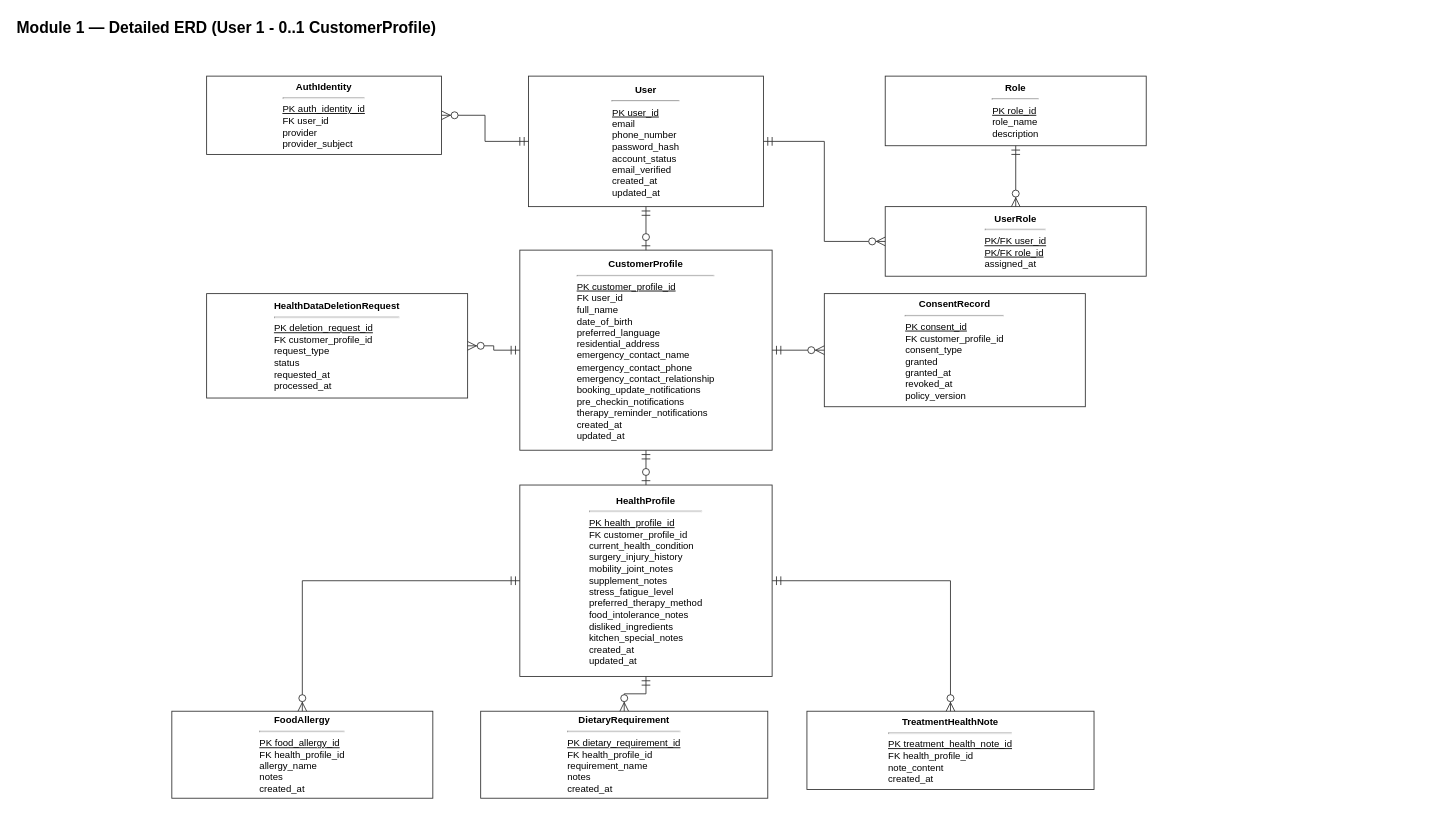
The draw.io diagram 03_Design/Diagrams/03_Data_Model/M1_ERD.drawio in DZB1509/HSWRMS, before the edit. Source tidied: cells renumbered, new cells numbered last; positions are measured from the earlier drawing's top-left corner, leaving out a move shared by most shapes. Both pictures are drawn from the tidied source at 87%, with x=0, y=0 at pixel (15, 15).
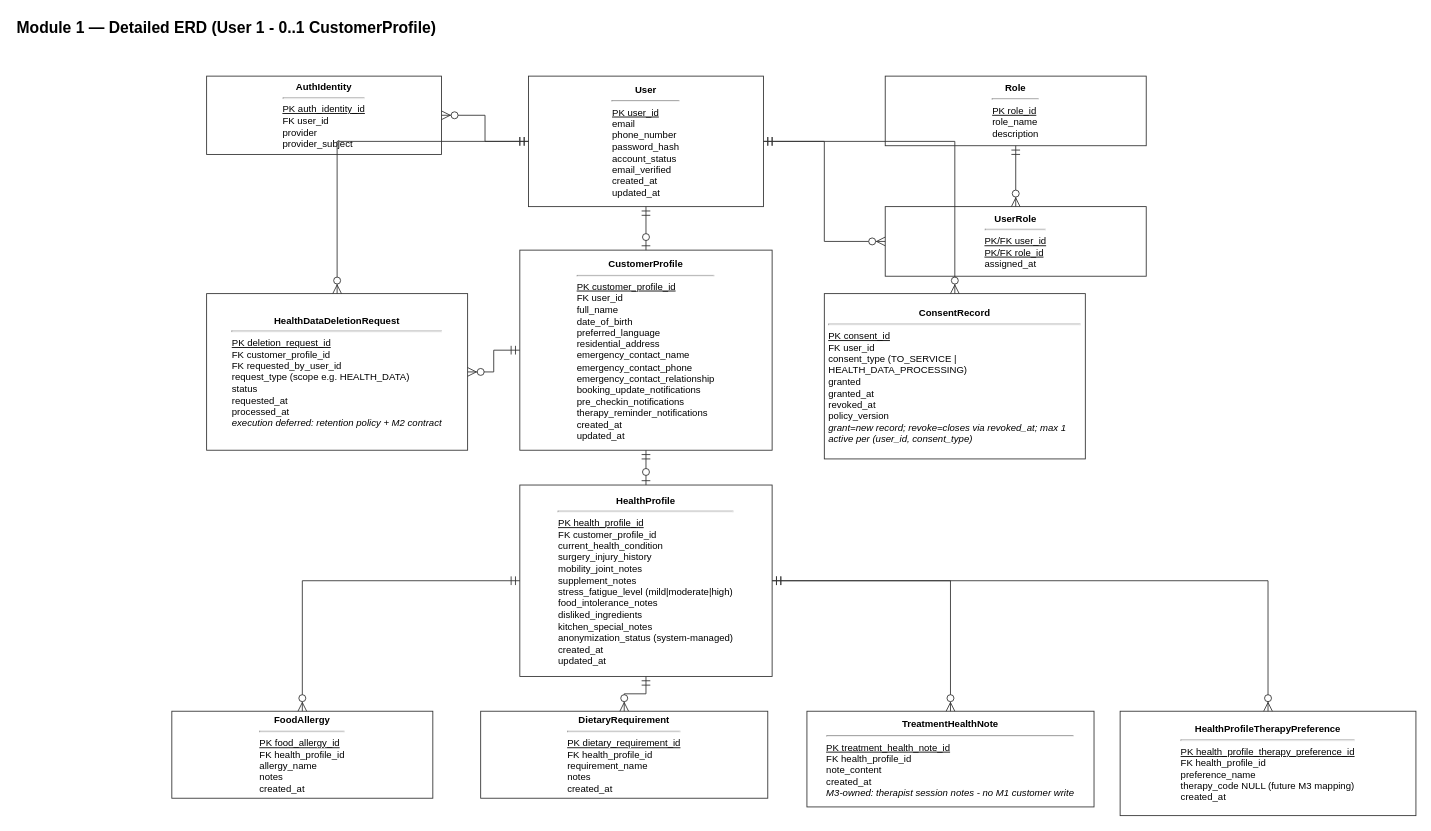
The same page after the edit.

Unchanged cells that the change refers to:
```xml
<mxCell id="3" value="&lt;b&gt;User&lt;/b&gt;&lt;hr&gt;&lt;div align=&quot;left&quot;&gt;&lt;u&gt;PK user_id&lt;/u&gt;&lt;br&gt;email&lt;br&gt;phone_number&lt;br&gt;password_hash&lt;br&gt;account_status&lt;br&gt;email_verified&lt;br&gt;created_at&lt;br&gt;updated_at&lt;/div&gt;" style="rounded=0;whiteSpace=wrap;html=1;fillColor=#ffffff;strokeColor=#333333;fontColor=#000000;fontSize=11;spacing=6;" parent="1" vertex="1">
  <mxGeometry x="590" y="70" width="270" height="150" as="geometry" />
</mxCell>
<mxCell id="7" value="&lt;b&gt;CustomerProfile&lt;/b&gt;&lt;hr&gt;&lt;div align=&quot;left&quot;&gt;&lt;u&gt;PK customer_profile_id&lt;/u&gt;&lt;br&gt;FK user_id&lt;br&gt;full_name&lt;br&gt;date_of_birth&lt;br&gt;preferred_language&lt;br&gt;residential_address&lt;br&gt;emergency_contact_name&lt;br&gt;emergency_contact_phone&lt;br&gt;emergency_contact_relationship&lt;br&gt;booking_update_notifications&lt;br&gt;pre_checkin_notifications&lt;br&gt;therapy_reminder_notifications&lt;br&gt;created_at&lt;br&gt;updated_at&lt;/div&gt;" style="rounded=0;whiteSpace=wrap;html=1;fillColor=#ffffff;strokeColor=#333333;fontColor=#000000;fontSize=11;spacing=6;" parent="1" vertex="1">
  <mxGeometry x="580" y="270" width="290" height="230" as="geometry" />
</mxCell>
```

Diff of the diagram source:
```diff
@@
-    <mxCell id="8" value="&lt;b&gt;HealthProfile&lt;/b&gt;&lt;hr&gt;&lt;div align=&quot;left&quot;&gt;&lt;u&gt;PK health_profile_id&lt;/u&gt;&lt;br&gt;FK customer_profile_id&lt;br&gt;current_health_condition&lt;br&gt;surgery_injury_history&lt;br&gt;mobility_joint_notes&lt;br&gt;supplement_notes&lt;br&gt;stress_fatigue_level&lt;br&gt;preferred_therapy_method&lt;br&gt;food_intolerance_notes&lt;br&gt;disliked_ingredients&lt;br&gt;kitchen_special_notes&lt;br&gt;created_at&lt;br&gt;updated_at&lt;/div&gt;" style="rounded=0;whiteSpace=wrap;html=1;fillColor=#ffffff;strokeColor=#333333;fontColor=#000000;fontSize=11;spacing=6;" parent="1" vertex="1">
+    <mxCell id="8" value="&lt;b&gt;HealthProfile&lt;/b&gt;&lt;hr&gt;&lt;div align=&quot;left&quot;&gt;&lt;u&gt;PK health_profile_id&lt;/u&gt;&lt;br&gt;FK customer_profile_id&lt;br&gt;current_health_condition&lt;br&gt;surgery_injury_history&lt;br&gt;mobility_joint_notes&lt;br&gt;supplement_notes&lt;br&gt;stress_fatigue_level (mild|moderate|high)&lt;br&gt;food_intolerance_notes&lt;br&gt;disliked_ingredients&lt;br&gt;kitchen_special_notes&lt;br&gt;anonymization_status (system-managed)&lt;br&gt;created_at&lt;br&gt;updated_at&lt;/div&gt;" style="rounded=0;whiteSpace=wrap;html=1;fillColor=#ffffff;strokeColor=#333333;fontColor=#000000;fontSize=11;spacing=6;" parent="1" vertex="1">
       <mxGeometry x="580" y="540" width="290" height="220" as="geometry" />
     </mxCell>
@@
-    <mxCell id="11" value="&lt;b&gt;TreatmentHealthNote&lt;/b&gt;&lt;hr&gt;&lt;div align=&quot;left&quot;&gt;&lt;u&gt;PK treatment_health_note_id&lt;/u&gt;&lt;br&gt;FK health_profile_id&lt;br&gt;note_content&lt;br&gt;created_at&lt;/div&gt;" style="rounded=0;whiteSpace=wrap;html=1;fillColor=#ffffff;strokeColor=#333333;fontColor=#000000;fontSize=11;spacing=6;" parent="1" vertex="1">
-      <mxGeometry x="910" y="800" width="330" height="90" as="geometry" />
+    <mxCell id="11" value="&lt;b&gt;TreatmentHealthNote&lt;/b&gt;&lt;hr&gt;&lt;div align=&quot;left&quot;&gt;&lt;u&gt;PK treatment_health_note_id&lt;/u&gt;&lt;br&gt;FK health_profile_id&lt;br&gt;note_content&lt;br&gt;created_at&lt;br&gt;&lt;i&gt;M3-owned: therapist session notes - no M1 customer write&lt;/i&gt;&lt;/div&gt;" style="rounded=0;whiteSpace=wrap;html=1;fillColor=#ffffff;strokeColor=#333333;fontColor=#000000;fontSize=11;spacing=6;" parent="1" vertex="1">
+      <mxGeometry x="910" y="800" width="330" height="110" as="geometry" />
     </mxCell>
-    <mxCell id="12" value="&lt;b&gt;ConsentRecord&lt;/b&gt;&lt;hr&gt;&lt;div align=&quot;left&quot;&gt;&lt;u&gt;PK consent_id&lt;/u&gt;&lt;br&gt;FK customer_profile_id&lt;br&gt;consent_type&lt;br&gt;granted&lt;br&gt;granted_at&lt;br&gt;revoked_at&lt;br&gt;policy_version&lt;/div&gt;" style="rounded=0;whiteSpace=wrap;html=1;fillColor=#ffffff;strokeColor=#333333;fontColor=#000000;fontSize=11;spacing=6;" parent="1" vertex="1">
-      <mxGeometry x="930" y="320" width="300" height="130" as="geometry" />
+    <mxCell id="12" value="&lt;b&gt;ConsentRecord&lt;/b&gt;&lt;hr&gt;&lt;div align=&quot;left&quot;&gt;&lt;u&gt;PK consent_id&lt;/u&gt;&lt;br&gt;FK user_id&lt;br&gt;consent_type (TO_SERVICE | HEALTH_DATA_PROCESSING)&lt;br&gt;granted&lt;br&gt;granted_at&lt;br&gt;revoked_at&lt;br&gt;policy_version&lt;br&gt;&lt;i&gt;grant=new record; revoke=closes via revoked_at; max 1 active per (user_id, consent_type)&lt;/i&gt;&lt;/div&gt;" style="rounded=0;whiteSpace=wrap;html=1;fillColor=#ffffff;strokeColor=#333333;fontColor=#000000;fontSize=11;spacing=6;" parent="1" vertex="1">
+      <mxGeometry x="930" y="320" width="300" height="190" as="geometry" />
     </mxCell>
-    <mxCell id="13" value="&lt;b&gt;HealthDataDeletionRequest&lt;/b&gt;&lt;hr&gt;&lt;div align=&quot;left&quot;&gt;&lt;u&gt;PK deletion_request_id&lt;/u&gt;&lt;br&gt;FK customer_profile_id&lt;br&gt;request_type&lt;br&gt;status&lt;br&gt;requested_at&lt;br&gt;processed_at&lt;/div&gt;" style="rounded=0;whiteSpace=wrap;html=1;fillColor=#ffffff;strokeColor=#333333;fontColor=#000000;fontSize=11;spacing=6;" parent="1" vertex="1">
-      <mxGeometry x="220" y="320" width="300" height="120" as="geometry" />
+    <mxCell id="13" value="&lt;b&gt;HealthDataDeletionRequest&lt;/b&gt;&lt;hr&gt;&lt;div align=&quot;left&quot;&gt;&lt;u&gt;PK deletion_request_id&lt;/u&gt;&lt;br&gt;FK customer_profile_id&lt;br&gt;FK requested_by_user_id&lt;br&gt;request_type (scope e.g. HEALTH_DATA)&lt;br&gt;status&lt;br&gt;requested_at&lt;br&gt;processed_at&lt;br&gt;&lt;i&gt;execution deferred: retention policy + M2 contract&lt;/i&gt;&lt;/div&gt;" style="rounded=0;whiteSpace=wrap;html=1;fillColor=#ffffff;strokeColor=#333333;fontColor=#000000;fontSize=11;spacing=6;" parent="1" vertex="1">
+      <mxGeometry x="220" y="320" width="300" height="180" as="geometry" />
     </mxCell>
@@
-    <mxCell id="22" style="edgeStyle=orthogonalEdgeStyle;rounded=0;jettySize=auto;html=1;startArrow=ERmandOne;startSize=8;endArrow=ERzeroToMany;endSize=8;strokeColor=#333333;" parent="1" edge="1" source="7" target="12">
-      <mxGeometry relative="1" as="geometry" />
-    </mxCell>
+    <mxCell id="24" style="edgeStyle=orthogonalEdgeStyle;rounded=0;jettySize=auto;html=1;startArrow=ERmandOne;startSize=8;endArrow=ERzeroToMany;endSize=8;strokeColor=#333333;" parent="1" edge="1" source="3" target="12">
+      <mxGeometry relative="1" as="geometry" />
+    </mxCell>
@@
+    <mxCell id="25" value="&lt;b&gt;HealthProfileTherapyPreference&lt;/b&gt;&lt;hr&gt;&lt;div align=&quot;left&quot;&gt;&lt;u&gt;PK health_profile_therapy_preference_id&lt;/u&gt;&lt;br&gt;FK health_profile_id&lt;br&gt;preference_name&lt;br&gt;therapy_code NULL (future M3 mapping)&lt;br&gt;created_at&lt;/div&gt;" style="rounded=0;whiteSpace=wrap;html=1;fillColor=#ffffff;strokeColor=#333333;fontSize=11;spacing=6;" parent="1" vertex="1">
+      <mxGeometry x="1270" y="800" width="340" height="120" as="geometry" />
+    </mxCell>
+    <mxCell id="26" style="edgeStyle=orthogonalEdgeStyle;rounded=0;jettySize=auto;html=1;startArrow=ERmandOne;startSize=8;endArrow=ERzeroToMany;endSize=8;strokeColor=#333333;" parent="1" edge="1" source="8" target="25">
+      <mxGeometry relative="1" as="geometry" />
+    </mxCell>
+    <mxCell id="27" style="edgeStyle=orthogonalEdgeStyle;rounded=0;jettySize=auto;html=1;startArrow=ERmandOne;startSize=8;endArrow=ERzeroToMany;endSize=8;strokeColor=#333333;" parent="1" edge="1" source="3" target="13">
+      <mxGeometry relative="1" as="geometry" />
+    </mxCell>
```
